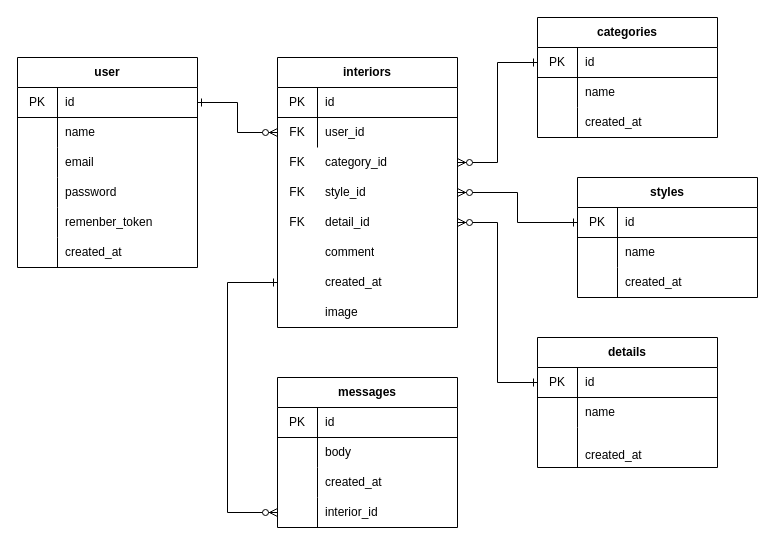
KeijiYoshimura/InteriaApp keeps this draw.io diagram as room.drawio. Above is the earlier version. Source tidied: cells renumbered, new cells numbered last; positions are measured from the earlier drawing's top-left corner, leaving out a move shared by most shapes. Both pictures are drawn from the tidied source at 100%, with x=0, y=0 at pixel (17, 17).
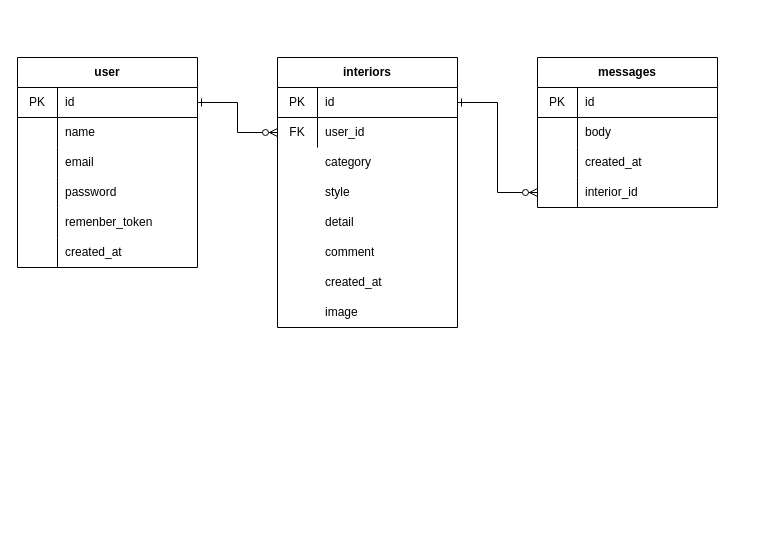
The same page after the edit.

The change refers to these unchanged cells:
```xml
<mxCell id="22" style="shape=partialRectangle;html=1;whiteSpace=wrap;fillColor=none;top=0;left=0;bottom=1;right=0;points=[[0,0.5],[1,0.5]];portConstraint=eastwest;" parent="21" vertex="1">
  <mxGeometry y="30" width="180" height="30" as="geometry" />
</mxCell>
<mxCell id="29" style="shape=partialRectangle;html=1;whiteSpace=wrap;fillColor=none;top=0;left=0;bottom=0;right=0;points=[[0,0.5],[1,0.5]];portConstraint=eastwest;" parent="28" vertex="1">
  <mxGeometry width="180" height="30" as="geometry" />
</mxCell>
<mxCell id="33" style="shape=partialRectangle;html=1;whiteSpace=wrap;fillColor=none;top=0;left=0;bottom=0;right=0;points=[[0,0.5],[1,0.5]];portConstraint=eastwest;" parent="32" vertex="1">
  <mxGeometry width="180" height="30" as="geometry" />
</mxCell>
<mxCell id="37" style="shape=partialRectangle;html=1;whiteSpace=wrap;fillColor=none;top=0;left=0;bottom=0;right=0;points=[[0,0.5],[1,0.5]];portConstraint=eastwest;" parent="36" vertex="1">
  <mxGeometry width="180" height="30" as="geometry" />
</mxCell>
<mxCell id="96" style="shape=partialRectangle;html=1;whiteSpace=wrap;fillColor=none;top=0;left=0;bottom=0;right=0;points=[[0,0.5],[1,0.5]];portConstraint=eastwest;" parent="86" vertex="1">
  <mxGeometry y="120" width="180" height="30" as="geometry" />
</mxCell>
```

Change to the diagram source:
```diff
@@
-    <mxCell id="30" value="FK" style="shape=partialRectangle;html=1;whiteSpace=wrap;fillColor=none;top=0;left=0;bottom=0;right=0;overflow=hidden;" parent="29" vertex="1">
+    <mxCell id="30" style="shape=partialRectangle;html=1;whiteSpace=wrap;fillColor=none;top=0;left=0;bottom=0;right=0;overflow=hidden;" parent="29" vertex="1">
       <mxGeometry width="40" height="30" as="geometry" />
     </mxCell>
-    <mxCell id="31" value="category_id" style="shape=partialRectangle;html=1;whiteSpace=wrap;fillColor=none;top=0;left=0;bottom=0;right=0;align=left;spacingLeft=6;overflow=hidden;" parent="29" vertex="1">
+    <mxCell id="31" value="category" style="shape=partialRectangle;html=1;whiteSpace=wrap;fillColor=none;top=0;left=0;bottom=0;right=0;align=left;spacingLeft=6;overflow=hidden;" parent="29" vertex="1">
       <mxGeometry x="40" width="140" height="30" as="geometry" />
     </mxCell>
@@
-    <mxCell id="34" value="FK" style="shape=partialRectangle;html=1;whiteSpace=wrap;fillColor=none;top=0;left=0;bottom=0;right=0;overflow=hidden;" parent="33" vertex="1">
+    <mxCell id="34" style="shape=partialRectangle;html=1;whiteSpace=wrap;fillColor=none;top=0;left=0;bottom=0;right=0;overflow=hidden;" parent="33" vertex="1">
       <mxGeometry width="40" height="30" as="geometry" />
     </mxCell>
-    <mxCell id="35" value="style_id" style="shape=partialRectangle;html=1;whiteSpace=wrap;fillColor=none;top=0;left=0;bottom=0;right=0;align=left;spacingLeft=6;overflow=hidden;" parent="33" vertex="1">
+    <mxCell id="35" value="style" style="shape=partialRectangle;html=1;whiteSpace=wrap;fillColor=none;top=0;left=0;bottom=0;right=0;align=left;spacingLeft=6;overflow=hidden;" parent="33" vertex="1">
       <mxGeometry x="40" width="140" height="30" as="geometry" />
     </mxCell>
@@
-    <mxCell id="38" value="FK" style="shape=partialRectangle;html=1;whiteSpace=wrap;fillColor=none;top=0;left=0;bottom=0;right=0;overflow=hidden;" parent="37" vertex="1">
+    <mxCell id="38" style="shape=partialRectangle;html=1;whiteSpace=wrap;fillColor=none;top=0;left=0;bottom=0;right=0;overflow=hidden;" parent="37" vertex="1">
       <mxGeometry width="40" height="30" as="geometry" />
     </mxCell>
-    <mxCell id="39" value="detail_id" style="shape=partialRectangle;html=1;whiteSpace=wrap;fillColor=none;top=0;left=0;bottom=0;right=0;align=left;spacingLeft=6;overflow=hidden;" parent="37" vertex="1">
+    <mxCell id="39" value="detail" style="shape=partialRectangle;html=1;whiteSpace=wrap;fillColor=none;top=0;left=0;bottom=0;right=0;align=left;spacingLeft=6;overflow=hidden;" parent="37" vertex="1">
       <mxGeometry x="40" width="140" height="30" as="geometry" />
     </mxCell>
@@
-    <mxCell id="53" style="edgeStyle=orthogonalEdgeStyle;rounded=0;jettySize=auto;html=1;exitX=0;exitY=0.5;exitDx=0;exitDy=0;entryX=1;entryY=0.5;entryDx=0;entryDy=0;startArrow=ERone;startFill=0;endArrow=ERzeroToMany;endFill=1;" parent="1" edge="1" source="67" target="29">
-      <mxGeometry relative="1" as="geometry" />
-    </mxCell>
-    <mxCell id="54" style="edgeStyle=orthogonalEdgeStyle;rounded=0;jettySize=auto;html=1;exitX=0;exitY=0.5;exitDx=0;exitDy=0;entryX=1;entryY=0.5;entryDx=0;entryDy=0;startArrow=ERone;startFill=0;endArrow=ERzeroToMany;endFill=1;" parent="1" edge="1" source="57" target="33">
-      <mxGeometry relative="1" as="geometry" />
-    </mxCell>
-    <mxCell id="55" style="edgeStyle=orthogonalEdgeStyle;rounded=0;jettySize=auto;html=1;exitX=0;exitY=0.5;exitDx=0;exitDy=0;entryX=1;entryY=0.5;entryDx=0;entryDy=0;startArrow=ERone;startFill=0;endArrow=ERzeroToMany;endFill=1;" parent="1" edge="1" source="77" target="37">
-      <mxGeometry relative="1" as="geometry" />
-    </mxCell>
-    <mxCell id="56" value="styles" style="shape=table;html=1;whiteSpace=wrap;startSize=30;childLayout=tableLayout;rowLines=0;fontStyle=1;align=center;" parent="1" vertex="1">
-      <mxGeometry x="560" y="160" width="180" height="120" as="geometry" />
-    </mxCell>
-    <mxCell id="57" style="shape=partialRectangle;html=1;whiteSpace=wrap;fillColor=none;top=0;left=0;bottom=1;right=0;points=[[0,0.5],[1,0.5]];portConstraint=eastwest;" parent="56" vertex="1">
-      <mxGeometry y="30" width="180" height="30" as="geometry" />
-    </mxCell>
-    <mxCell id="58" value="PK" style="shape=partialRectangle;html=1;whiteSpace=wrap;fillColor=none;top=0;left=0;bottom=0;right=0;overflow=hidden;" parent="57" vertex="1">
-      <mxGeometry width="40" height="30" as="geometry" />
-    </mxCell>
-    <mxCell id="59" value="id" style="shape=partialRectangle;html=1;whiteSpace=wrap;fillColor=none;top=0;left=0;bottom=0;right=0;align=left;spacingLeft=6;overflow=hidden;" parent="57" vertex="1">
-      <mxGeometry x="40" width="140" height="30" as="geometry" />
-    </mxCell>
-    <mxCell id="60" style="shape=partialRectangle;html=1;whiteSpace=wrap;fillColor=none;top=0;left=0;bottom=0;right=0;" parent="56" vertex="1">
-      <mxGeometry y="60" width="180" height="30" as="geometry" />
-    </mxCell>
-    <mxCell id="61" style="shape=partialRectangle;html=1;whiteSpace=wrap;fillColor=none;top=0;left=0;bottom=0;right=0;overflow=hidden;" parent="60" vertex="1">
-      <mxGeometry width="40" height="30" as="geometry" />
-    </mxCell>
-    <mxCell id="62" value="name" style="shape=partialRectangle;html=1;whiteSpace=wrap;fillColor=none;top=0;left=0;bottom=0;right=0;align=left;spacingLeft=6;overflow=hidden;" parent="60" vertex="1">
-      <mxGeometry x="40" width="140" height="30" as="geometry" />
-    </mxCell>
-    <mxCell id="63" style="shape=partialRectangle;html=1;whiteSpace=wrap;fillColor=none;top=0;left=0;bottom=0;right=0;" parent="56" vertex="1">
-      <mxGeometry y="90" width="180" height="30" as="geometry" />
-    </mxCell>
-    <mxCell id="64" style="shape=partialRectangle;html=1;whiteSpace=wrap;fillColor=none;top=0;left=0;bottom=0;right=0;overflow=hidden;" parent="63" vertex="1">
-      <mxGeometry width="40" height="30" as="geometry" />
-    </mxCell>
-    <mxCell id="65" value="created_at" style="shape=partialRectangle;html=1;whiteSpace=wrap;fillColor=none;top=0;left=0;bottom=0;right=0;align=left;spacingLeft=6;overflow=hidden;" parent="63" vertex="1">
-      <mxGeometry x="40" width="140" height="30" as="geometry" />
-    </mxCell>
-    <mxCell id="66" value="categories" style="shape=table;html=1;whiteSpace=wrap;startSize=30;childLayout=tableLayout;rowLines=0;fontStyle=1;align=center;" parent="1" vertex="1">
-      <mxGeometry x="520" width="180" height="120" as="geometry" />
-    </mxCell>
-    <mxCell id="67" style="shape=partialRectangle;html=1;whiteSpace=wrap;fillColor=none;top=0;left=0;bottom=1;right=0;points=[[0,0.5],[1,0.5]];portConstraint=eastwest;" parent="66" vertex="1">
-      <mxGeometry y="30" width="180" height="30" as="geometry" />
-    </mxCell>
-    <mxCell id="68" value="PK" style="shape=partialRectangle;html=1;whiteSpace=wrap;fillColor=none;top=0;left=0;bottom=0;right=0;overflow=hidden;" parent="67" vertex="1">
-      <mxGeometry width="40" height="30" as="geometry" />
-    </mxCell>
-    <mxCell id="69" value="id" style="shape=partialRectangle;html=1;whiteSpace=wrap;fillColor=none;top=0;left=0;bottom=0;right=0;align=left;spacingLeft=6;overflow=hidden;" parent="67" vertex="1">
-      <mxGeometry x="40" width="140" height="30" as="geometry" />
-    </mxCell>
-    <mxCell id="70" style="shape=partialRectangle;html=1;whiteSpace=wrap;fillColor=none;top=0;left=0;bottom=0;right=0;" parent="66" vertex="1">
-      <mxGeometry y="60" width="180" height="30" as="geometry" />
-    </mxCell>
-    <mxCell id="71" style="shape=partialRectangle;html=1;whiteSpace=wrap;fillColor=none;top=0;left=0;bottom=0;right=0;overflow=hidden;" parent="70" vertex="1">
-      <mxGeometry width="40" height="30" as="geometry" />
-    </mxCell>
-    <mxCell id="72" value="name" style="shape=partialRectangle;html=1;whiteSpace=wrap;fillColor=none;top=0;left=0;bottom=0;right=0;align=left;spacingLeft=6;overflow=hidden;" parent="70" vertex="1">
-      <mxGeometry x="40" width="140" height="30" as="geometry" />
-    </mxCell>
-    <mxCell id="73" style="shape=partialRectangle;html=1;whiteSpace=wrap;fillColor=none;top=0;left=0;bottom=0;right=0;" parent="66" vertex="1">
-      <mxGeometry y="90" width="180" height="30" as="geometry" />
-    </mxCell>
-    <mxCell id="74" style="shape=partialRectangle;html=1;whiteSpace=wrap;fillColor=none;top=0;left=0;bottom=0;right=0;overflow=hidden;" parent="73" vertex="1">
-      <mxGeometry width="40" height="30" as="geometry" />
-    </mxCell>
-    <mxCell id="75" value="created_at" style="shape=partialRectangle;html=1;whiteSpace=wrap;fillColor=none;top=0;left=0;bottom=0;right=0;align=left;spacingLeft=6;overflow=hidden;" parent="73" vertex="1">
-      <mxGeometry x="40" width="140" height="30" as="geometry" />
-    </mxCell>
-    <mxCell id="76" value="details" style="shape=table;html=1;whiteSpace=wrap;startSize=30;childLayout=tableLayout;rowLines=0;fontStyle=1;align=center;" parent="1" vertex="1">
-      <mxGeometry x="520" y="320" width="180" height="130" as="geometry" />
-    </mxCell>
-    <mxCell id="77" style="shape=partialRectangle;html=1;whiteSpace=wrap;fillColor=none;top=0;left=0;bottom=1;right=0;points=[[0,0.5],[1,0.5]];portConstraint=eastwest;" parent="76" vertex="1">
-      <mxGeometry y="30" width="180" height="30" as="geometry" />
-    </mxCell>
-    <mxCell id="78" value="PK" style="shape=partialRectangle;html=1;whiteSpace=wrap;fillColor=none;top=0;left=0;bottom=0;right=0;overflow=hidden;" parent="77" vertex="1">
-      <mxGeometry width="40" height="30" as="geometry" />
-    </mxCell>
-    <mxCell id="79" value="id" style="shape=partialRectangle;html=1;whiteSpace=wrap;fillColor=none;top=0;left=0;bottom=0;right=0;align=left;spacingLeft=6;overflow=hidden;" parent="77" vertex="1">
-      <mxGeometry x="40" width="140" height="30" as="geometry" />
-    </mxCell>
-    <mxCell id="80" style="shape=partialRectangle;html=1;whiteSpace=wrap;fillColor=none;top=0;left=0;bottom=0;right=0;" parent="76" vertex="1">
-      <mxGeometry y="60" width="180" height="30" as="geometry" />
-    </mxCell>
-    <mxCell id="81" style="shape=partialRectangle;html=1;whiteSpace=wrap;fillColor=none;top=0;left=0;bottom=0;right=0;overflow=hidden;" parent="80" vertex="1">
-      <mxGeometry width="40" height="30" as="geometry" />
-    </mxCell>
-    <mxCell id="82" value="name" style="shape=partialRectangle;html=1;whiteSpace=wrap;fillColor=none;top=0;left=0;bottom=0;right=0;align=left;spacingLeft=6;overflow=hidden;" parent="80" vertex="1">
-      <mxGeometry x="40" width="140" height="30" as="geometry" />
-    </mxCell>
-    <mxCell id="83" style="shape=partialRectangle;html=1;whiteSpace=wrap;fillColor=none;top=0;left=0;bottom=0;right=0;" parent="76" vertex="1">
-      <mxGeometry y="90" width="180" height="40" as="geometry" />
-    </mxCell>
-    <mxCell id="84" style="shape=partialRectangle;html=1;whiteSpace=wrap;fillColor=none;top=0;left=0;bottom=0;right=0;overflow=hidden;" parent="83" vertex="1">
-      <mxGeometry width="40" height="40" as="geometry" />
-    </mxCell>
-    <mxCell id="85" value="&lt;br&gt;created_at" style="shape=partialRectangle;html=1;whiteSpace=wrap;fillColor=none;top=0;left=0;bottom=0;right=0;align=left;spacingLeft=6;overflow=hidden;" parent="83" vertex="1">
-      <mxGeometry x="40" width="140" height="40" as="geometry" />
-    </mxCell>
+    <mxCell id="100" style="edgeStyle=orthogonalEdgeStyle;rounded=0;jettySize=auto;html=1;exitX=1;exitY=0.5;exitDx=0;exitDy=0;entryX=0;entryY=0.5;entryDx=0;entryDy=0;startArrow=ERone;startFill=0;endArrow=ERzeroToMany;endFill=1;" parent="1" edge="1" source="22" target="96">
+      <mxGeometry relative="1" as="geometry" />
+    </mxCell>
     <mxCell id="86" value="messages" style="shape=table;html=1;whiteSpace=wrap;startSize=30;childLayout=tableLayout;rowLines=0;fontStyle=1;align=center;" parent="1" vertex="1">
-      <mxGeometry x="260" y="360" width="180" height="150" as="geometry" />
+      <mxGeometry x="520" y="40" width="180" height="150" as="geometry" />
     </mxCell>
@@
-    <mxCell id="99" style="edgeStyle=orthogonalEdgeStyle;rounded=0;jettySize=auto;html=1;startArrow=ERone;startFill=0;endArrow=ERzeroToMany;endFill=1;entryX=0;entryY=0.5;entryDx=0;entryDy=0;exitX=0;exitY=0.5;exitDx=0;exitDy=0;" parent="1" edge="1" target="96">
-      <mxGeometry relative="1" as="geometry">
-        <mxPoint x="260" y="265" as="sourcePoint" />
-        <Array as="points">
-          <mxPoint x="210" y="265" />
-          <mxPoint x="210" y="495" />
-        </Array>
-      </mxGeometry>
-    </mxCell>
```
